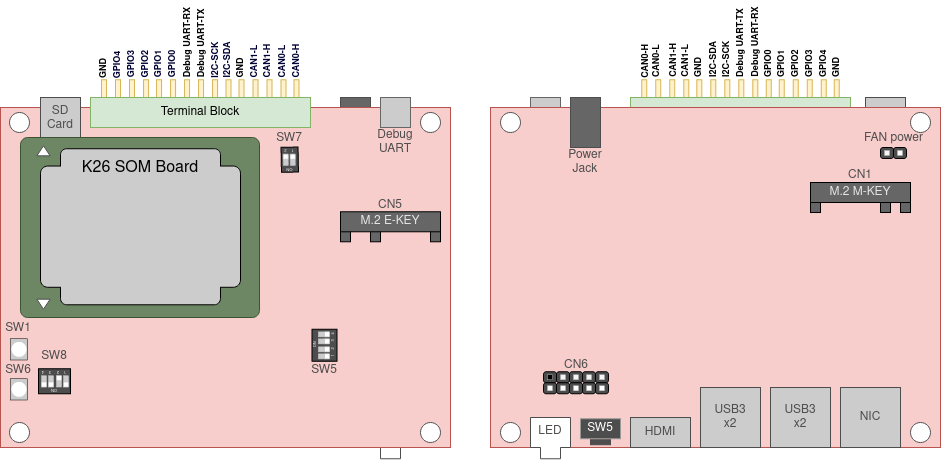
InnoIPA/EXMU-X261-usermanual keeps this draw.io diagram as tocs/1.Hardware/fig/carrier_baord.png. Above is the earlier version. Source tidied: cells renumbered, new cells last; positions are measured from the earlier drawing's top-left corner, leaving out a move shared by most shapes.
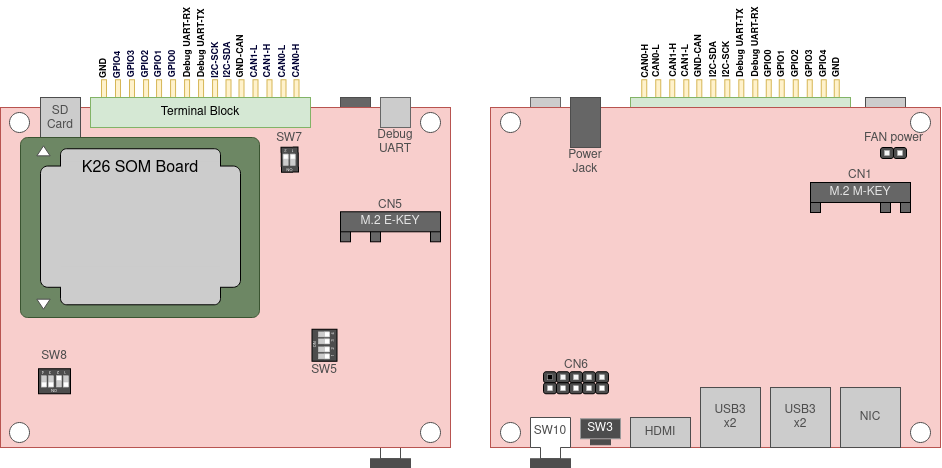
The same diagram one commit later.

Change to the diagram source:
```diff
@@ -95,13 +95,13 @@
     <mxCell id="32" value="HDMI" style="rounded=0;whiteSpace=wrap;html=1;strokeColor=#4D4D4D;fontColor=#4D4D4D;fillColor=#CCCCCC;" parent="1" vertex="1">
       <mxGeometry x="630" y="385" width="60" height="30" as="geometry" />
     </mxCell>
-    <mxCell id="33" value="&lt;font color=&quot;#ffffff&quot;&gt;SW5&lt;/font&gt;" style="rounded=0;whiteSpace=wrap;html=1;strokeColor=#999999;fontColor=#4D4D4D;fillColor=#4D4D4D;" parent="1" vertex="1">
+    <mxCell id="33" value="&lt;font color=&quot;#ffffff&quot;&gt;SW3&lt;/font&gt;" style="rounded=0;whiteSpace=wrap;html=1;strokeColor=#999999;fontColor=#4D4D4D;fillColor=#4D4D4D;" parent="1" vertex="1">
       <mxGeometry x="580" y="386.3" width="40" height="20" as="geometry" />
     </mxCell>
     <mxCell id="34" style="rounded=0;whiteSpace=wrap;html=1;strokeColor=#4D4D4D;fontColor=#4D4D4D;fillColor=#666666;" parent="1" vertex="1">
       <mxGeometry x="570" y="65" width="30" height="50" as="geometry" />
     </mxCell>
-    <mxCell id="35" value="LED" style="shape=tee;whiteSpace=wrap;html=1;dx=20;dy=30;verticalAlign=top;strokeColor=#4D4D4D;fontColor=#4D4D4D;" parent="1" vertex="1">
+    <mxCell id="35" value="SW10" style="shape=tee;whiteSpace=wrap;html=1;dx=20;dy=30;verticalAlign=top;strokeColor=#4D4D4D;fontColor=#4D4D4D;" parent="1" vertex="1">
       <mxGeometry x="530" y="385" width="40" height="41.2" as="geometry" />
     </mxCell>
     <mxCell id="36" value="&lt;div&gt;Power&lt;/div&gt;&lt;div&gt;Jack&lt;br&gt;&lt;/div&gt;" style="text;html=1;strokeColor=none;fillColor=none;align=center;verticalAlign=middle;whiteSpace=wrap;rounded=0;fontColor=#4D4D4D;" parent="1" vertex="1">
@@ -125,8 +125,8 @@
     <mxCell id="42" style="rounded=0;whiteSpace=wrap;html=1;labelBackgroundColor=none;fontSize=16;strokeColor=#B3B3B3;strokeWidth=0.5;fillColor=#FFFFFF;" parent="38" vertex="1">
       <mxGeometry x="4" y="14" width="5" height="5" as="geometry" />
     </mxCell>
-    <mxCell id="43" value="&lt;div style=&quot;font-size: 9px;&quot;&gt;&lt;font color=&quot;#000000&quot;&gt;&lt;b&gt;GND&lt;/b&gt;&lt;/font&gt;&lt;br&gt;&lt;/div&gt;" style="text;html=1;strokeColor=none;fillColor=none;align=left;verticalAlign=middle;whiteSpace=wrap;rounded=0;rotation=-90;fontColor=#4D4D4D;" parent="1" vertex="1">
-      <mxGeometry x="677" y="17.6" width="43.9" height="15" as="geometry" />
+    <mxCell id="43" value="&lt;div style=&quot;font-size: 9px;&quot;&gt;&lt;font&gt;&lt;span&gt;GND&lt;/span&gt;&lt;/font&gt;-CAN&lt;/div&gt;" style="text;html=1;strokeColor=none;fillColor=none;align=left;verticalAlign=middle;whiteSpace=wrap;rounded=0;rotation=-90;fontColor=#000000;fontStyle=1;" parent="1" vertex="1">
+      <mxGeometry x="667.5" y="8" width="63" height="15" as="geometry" />
     </mxCell>
     <mxCell id="44" value="&lt;div style=&quot;font-size: 9px;&quot;&gt;&lt;font color=&quot;#000000&quot; style=&quot;font-size: 9px;&quot;&gt;&lt;b&gt;GND&lt;/b&gt;&lt;/font&gt;&lt;/div&gt;" style="text;html=1;strokeColor=none;fillColor=none;align=left;verticalAlign=middle;whiteSpace=wrap;rounded=0;rotation=-90;fontColor=#4D4D4D;" parent="1" vertex="1">
       <mxGeometry x="824.9" y="28" width="22.6" height="15" as="geometry" />
@@ -170,8 +170,8 @@
     <mxCell id="57" value="&lt;div style=&quot;font-size: 9px;&quot;&gt;&lt;b style=&quot;&quot;&gt;&lt;font color=&quot;#000000&quot;&gt;CAN0-H&lt;/font&gt;&lt;/b&gt;&lt;br&gt;&lt;/div&gt;" style="text;html=1;strokeColor=none;fillColor=none;align=left;verticalAlign=middle;whiteSpace=wrap;rounded=0;rotation=-90;fontColor=#4D4D4D;" parent="1" vertex="1">
       <mxGeometry x="623" y="18.3" width="43.9" height="15" as="geometry" />
     </mxCell>
-    <mxCell id="58" value="&lt;div style=&quot;font-size: 9px;&quot;&gt;&lt;font color=&quot;#000000&quot;&gt;&lt;b&gt;GND&lt;/b&gt;&lt;/font&gt;&lt;br&gt;&lt;/div&gt;" style="text;html=1;strokeColor=none;fillColor=none;align=left;verticalAlign=middle;whiteSpace=wrap;rounded=0;rotation=-90;fontColor=#4D4D4D;" parent="1" vertex="1">
-      <mxGeometry x="219" y="18" width="43.9" height="15" as="geometry" />
+    <mxCell id="58" value="&lt;div style=&quot;font-size: 9px;&quot;&gt;&lt;font color=&quot;#000000&quot;&gt;&lt;b&gt;GND-CAN&lt;/b&gt;&lt;/font&gt;&lt;br&gt;&lt;/div&gt;" style="text;html=1;strokeColor=none;fillColor=none;align=left;verticalAlign=middle;whiteSpace=wrap;rounded=0;rotation=-90;fontColor=#4D4D4D;" parent="1" vertex="1">
+      <mxGeometry x="210.5" y="9.5" width="61" height="15" as="geometry" />
     </mxCell>
     <mxCell id="59" style="rounded=0;whiteSpace=wrap;html=1;strokeColor=#d6b656;fillColor=#fff2cc;" parent="1" vertex="1">
       <mxGeometry x="101" y="47.3" width="5" height="33.8" as="geometry" />
@@ -296,30 +296,6 @@
     <mxCell id="99" value="SW7" style="text;html=1;strokeColor=none;fillColor=none;align=center;verticalAlign=middle;whiteSpace=wrap;rounded=0;fontColor=#4D4D4D;" parent="1" vertex="1">
       <mxGeometry x="273.5" y="96.3" width="30" height="20" as="geometry" />
     </mxCell>
-    <mxCell id="100" style="group;" parent="1" vertex="1">
-      <mxGeometry x="10" y="306.3" width="17" height="21.2" as="geometry" />
-    </mxCell>
-    <mxCell id="101" style="rounded=0;whiteSpace=wrap;html=1;labelBackgroundColor=none;fontSize=16;fontColor=#000000;strokeColor=#000000;strokeWidth=0.5;fillColor=#CCCCCC;gradientColor=none;" parent="100" vertex="1">
-      <mxGeometry width="17" height="21.2" as="geometry" />
-    </mxCell>
-    <mxCell id="102" style="ellipse;whiteSpace=wrap;html=1;rounded=0;labelBackgroundColor=none;fontSize=10;fontColor=#000000;strokeColor=none;strokeWidth=0.5;fillColor=#FFFFFF;gradientColor=none;" parent="100" vertex="1">
-      <mxGeometry x="1" y="3.1" width="15" height="15" as="geometry" />
-    </mxCell>
-    <mxCell id="103" style="group;" parent="1" vertex="1">
-      <mxGeometry x="10" y="346.3" width="17" height="21.2" as="geometry" />
-    </mxCell>
-    <mxCell id="104" style="rounded=0;whiteSpace=wrap;html=1;labelBackgroundColor=none;fontSize=16;fontColor=#000000;strokeColor=#000000;strokeWidth=0.5;fillColor=#CCCCCC;gradientColor=none;" parent="103" vertex="1">
-      <mxGeometry width="17" height="21.2" as="geometry" />
-    </mxCell>
-    <mxCell id="105" style="ellipse;whiteSpace=wrap;html=1;rounded=0;labelBackgroundColor=none;fontSize=10;fontColor=#000000;strokeColor=none;strokeWidth=0.5;fillColor=#FFFFFF;gradientColor=none;" parent="103" vertex="1">
-      <mxGeometry x="1" y="3.1" width="15" height="15" as="geometry" />
-    </mxCell>
-    <mxCell id="106" value="SW1" style="text;html=1;strokeColor=none;fillColor=none;align=center;verticalAlign=middle;whiteSpace=wrap;rounded=0;fontColor=#4D4D4D;" parent="1" vertex="1">
-      <mxGeometry x="3.5" y="286.3" width="30" height="20" as="geometry" />
-    </mxCell>
-    <mxCell id="107" value="SW6" style="text;html=1;strokeColor=none;fillColor=none;align=center;verticalAlign=middle;whiteSpace=wrap;rounded=0;fontColor=#4D4D4D;" parent="1" vertex="1">
-      <mxGeometry x="3.5" y="327.5" width="30" height="20" as="geometry" />
-    </mxCell>
     <mxCell id="108" value="SW8" style="text;html=1;strokeColor=none;fillColor=none;align=center;verticalAlign=middle;whiteSpace=wrap;rounded=0;fontColor=#4D4D4D;" parent="1" vertex="1">
       <mxGeometry x="39" y="313.8" width="30" height="20" as="geometry" />
     </mxCell>
@@ -572,5 +548,11 @@
     <mxCell id="191" value="FAN power" style="text;html=1;strokeColor=none;fillColor=none;align=center;verticalAlign=middle;whiteSpace=wrap;rounded=0;fontColor=#4D4D4D;" parent="1" vertex="1">
       <mxGeometry x="855.5" y="96.3" width="75" height="20" as="geometry" />
     </mxCell>
+    <mxCell id="192" style="rounded=0;whiteSpace=wrap;html=1;strokeColor=#4D4D4D;fontColor=#4D4D4D;fillColor=#4D4D4D;" parent="1" vertex="1">
+      <mxGeometry x="530" y="426.3" width="40" height="8.7" as="geometry" />
+    </mxCell>
+    <mxCell id="193" style="rounded=0;whiteSpace=wrap;html=1;strokeColor=#4D4D4D;fontColor=#4D4D4D;fillColor=#4D4D4D;" parent="1" vertex="1">
+      <mxGeometry x="370" y="426.3" width="40" height="8.7" as="geometry" />
+    </mxCell>
   </root>
 </mxGraphModel>
```
